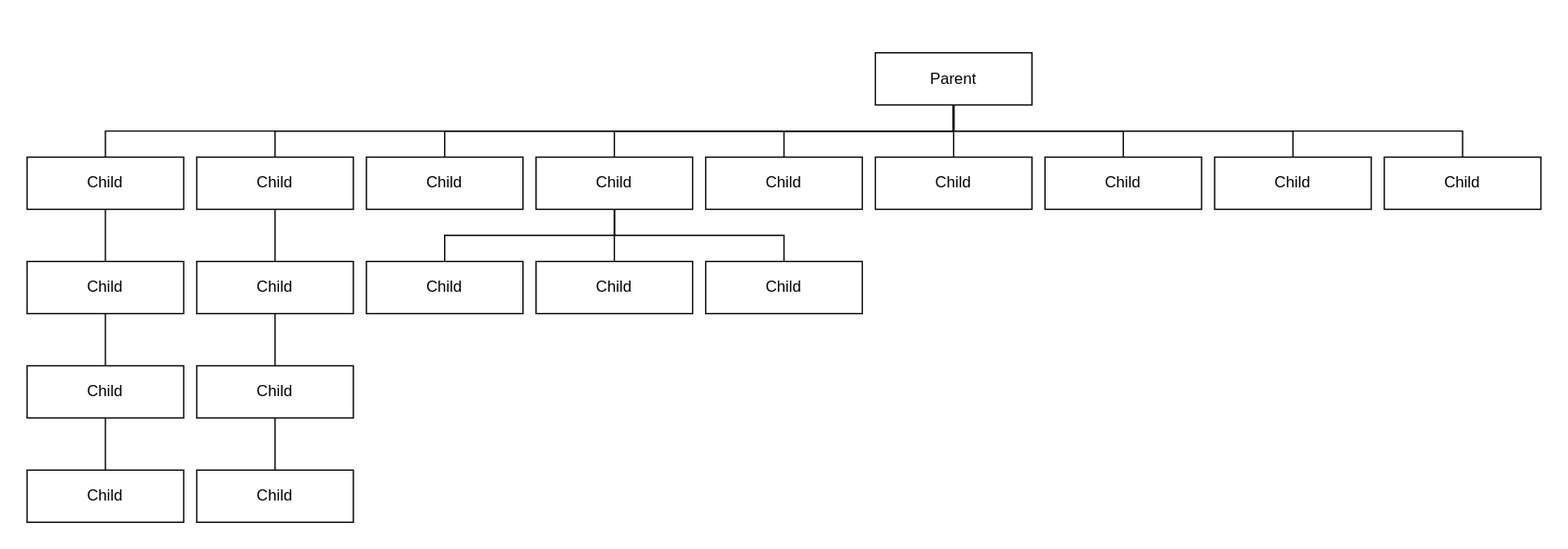
Above: src/new.svg in pegandoasmanhas/.init (draw.io), before the change. Source tidied: cells renumbered, new cells last; positions are measured from the earlier drawing's top-left corner, leaving out a move shared by most shapes.
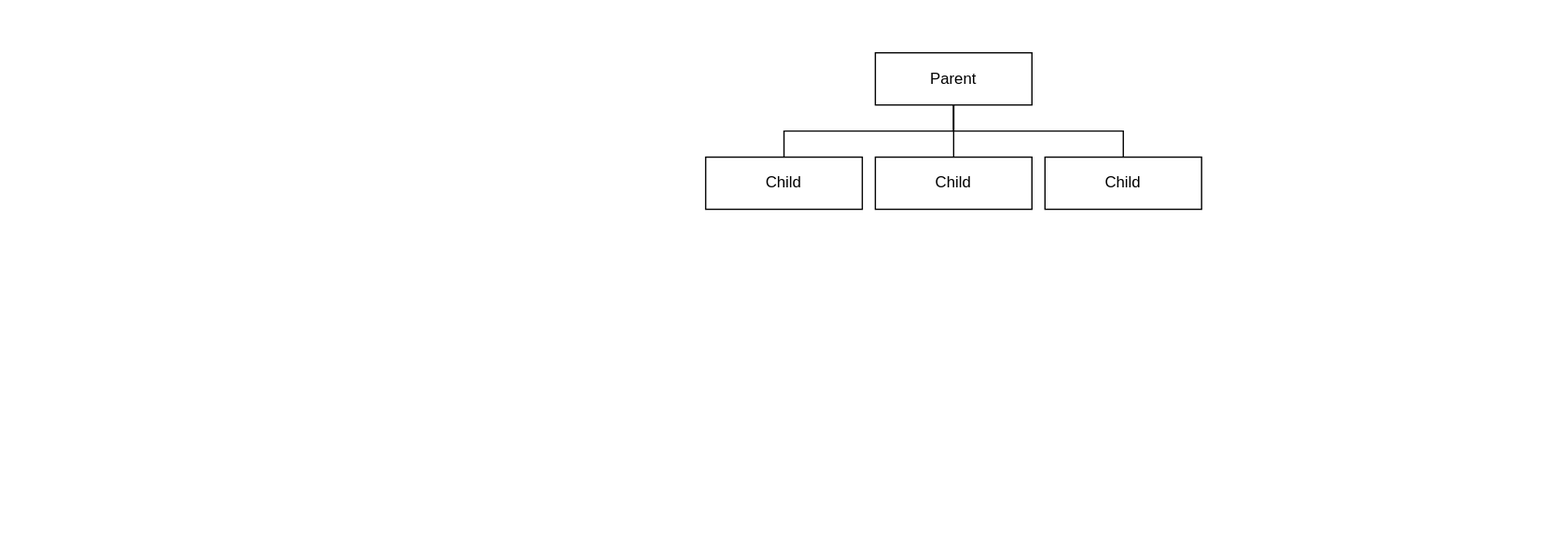
The same file after the commit.

The edit, as a diff of the source:
```diff
@@ -20,101 +20,11 @@
     <mxCell id="7" value="Child" style="whiteSpace=wrap;html=1;newEdgeStyle={&quot;edgeStyle&quot;:&quot;elbowEdgeStyle&quot;,&quot;startArrow&quot;:&quot;none&quot;,&quot;endArrow&quot;:&quot;none&quot;};" parent="2" vertex="1">
       <mxGeometry x="670" y="120" width="120" height="40" as="geometry" />
     </mxCell>
-    <mxCell id="8" style="edgeStyle=elbowEdgeStyle;elbow=vertical;startArrow=none;endArrow=none;rounded=0;" parent="2" edge="1" source="4" target="9">
-      <mxGeometry relative="1" as="geometry" />
-    </mxCell>
-    <mxCell id="9" value="Child" style="whiteSpace=wrap;html=1;newEdgeStyle={&quot;edgeStyle&quot;:&quot;elbowEdgeStyle&quot;,&quot;startArrow&quot;:&quot;none&quot;,&quot;endArrow&quot;:&quot;none&quot;};" parent="2" vertex="1">
-      <mxGeometry x="410" y="120" width="120" height="40" as="geometry" />
-    </mxCell>
     <mxCell id="10" style="edgeStyle=elbowEdgeStyle;elbow=vertical;startArrow=none;endArrow=none;rounded=0;" parent="2" edge="1" source="4" target="11">
       <mxGeometry relative="1" as="geometry" />
     </mxCell>
     <mxCell id="11" value="Child" style="whiteSpace=wrap;html=1;newEdgeStyle={&quot;edgeStyle&quot;:&quot;elbowEdgeStyle&quot;,&quot;startArrow&quot;:&quot;none&quot;,&quot;endArrow&quot;:&quot;none&quot;};" parent="2" vertex="1">
       <mxGeometry x="800" y="120" width="120" height="40" as="geometry" />
     </mxCell>
-    <mxCell id="12" style="edgeStyle=elbowEdgeStyle;elbow=vertical;startArrow=none;endArrow=none;rounded=0;" parent="2" edge="1" source="4" target="13">
-      <mxGeometry relative="1" as="geometry" />
-    </mxCell>
-    <mxCell id="13" value="Child" style="whiteSpace=wrap;html=1;newEdgeStyle={&quot;edgeStyle&quot;:&quot;elbowEdgeStyle&quot;,&quot;startArrow&quot;:&quot;none&quot;,&quot;endArrow&quot;:&quot;none&quot;};" parent="2" vertex="1">
-      <mxGeometry x="930" y="120" width="120" height="40" as="geometry" />
-    </mxCell>
-    <mxCell id="14" style="edgeStyle=elbowEdgeStyle;elbow=vertical;startArrow=none;endArrow=none;rounded=0;" parent="2" edge="1" source="4" target="15">
-      <mxGeometry relative="1" as="geometry" />
-    </mxCell>
-    <mxCell id="15" value="Child" style="whiteSpace=wrap;html=1;newEdgeStyle={&quot;edgeStyle&quot;:&quot;elbowEdgeStyle&quot;,&quot;startArrow&quot;:&quot;none&quot;,&quot;endArrow&quot;:&quot;none&quot;};" parent="2" vertex="1">
-      <mxGeometry x="1060" y="120" width="120" height="40" as="geometry" />
-    </mxCell>
-    <mxCell id="16" style="edgeStyle=elbowEdgeStyle;elbow=vertical;startArrow=none;endArrow=none;rounded=0;" parent="2" edge="1" source="4" target="17">
-      <mxGeometry relative="1" as="geometry" />
-    </mxCell>
-    <mxCell id="17" value="Child" style="whiteSpace=wrap;html=1;newEdgeStyle={&quot;edgeStyle&quot;:&quot;elbowEdgeStyle&quot;,&quot;startArrow&quot;:&quot;none&quot;,&quot;endArrow&quot;:&quot;none&quot;};" parent="2" vertex="1">
-      <mxGeometry x="280" y="120" width="120" height="40" as="geometry" />
-    </mxCell>
-    <mxCell id="18" style="edgeStyle=elbowEdgeStyle;elbow=vertical;startArrow=none;endArrow=none;rounded=0;" parent="2" edge="1" source="9" target="19">
-      <mxGeometry relative="1" as="geometry" />
-    </mxCell>
-    <mxCell id="19" value="Child" style="whiteSpace=wrap;html=1;newEdgeStyle={&quot;edgeStyle&quot;:&quot;elbowEdgeStyle&quot;,&quot;startArrow&quot;:&quot;none&quot;,&quot;endArrow&quot;:&quot;none&quot;};" parent="2" vertex="1">
-      <mxGeometry x="410" y="200" width="120" height="40" as="geometry" />
-    </mxCell>
-    <mxCell id="20" style="edgeStyle=elbowEdgeStyle;elbow=vertical;startArrow=none;endArrow=none;rounded=0;" parent="2" edge="1" source="9" target="21">
-      <mxGeometry relative="1" as="geometry" />
-    </mxCell>
-    <mxCell id="21" value="Child" style="whiteSpace=wrap;html=1;newEdgeStyle={&quot;edgeStyle&quot;:&quot;elbowEdgeStyle&quot;,&quot;startArrow&quot;:&quot;none&quot;,&quot;endArrow&quot;:&quot;none&quot;};" parent="2" vertex="1">
-      <mxGeometry x="540" y="200" width="120" height="40" as="geometry" />
-    </mxCell>
-    <mxCell id="22" style="edgeStyle=elbowEdgeStyle;elbow=vertical;startArrow=none;endArrow=none;rounded=0;" parent="2" edge="1" source="9" target="23">
-      <mxGeometry relative="1" as="geometry" />
-    </mxCell>
-    <mxCell id="23" value="Child" style="whiteSpace=wrap;html=1;newEdgeStyle={&quot;edgeStyle&quot;:&quot;elbowEdgeStyle&quot;,&quot;startArrow&quot;:&quot;none&quot;,&quot;endArrow&quot;:&quot;none&quot;};" parent="2" vertex="1">
-      <mxGeometry x="280" y="200" width="120" height="40" as="geometry" />
-    </mxCell>
-    <mxCell id="24" style="edgeStyle=elbowEdgeStyle;elbow=vertical;startArrow=none;endArrow=none;rounded=0;" parent="2" edge="1" source="4" target="25">
-      <mxGeometry relative="1" as="geometry" />
-    </mxCell>
-    <mxCell id="25" value="Child" style="whiteSpace=wrap;html=1;newEdgeStyle={&quot;edgeStyle&quot;:&quot;elbowEdgeStyle&quot;,&quot;startArrow&quot;:&quot;none&quot;,&quot;endArrow&quot;:&quot;none&quot;};" parent="2" vertex="1">
-      <mxGeometry x="150" y="120" width="120" height="40" as="geometry" />
-    </mxCell>
-    <mxCell id="26" style="edgeStyle=elbowEdgeStyle;elbow=vertical;startArrow=none;endArrow=none;rounded=0;" parent="2" edge="1" source="4" target="27">
-      <mxGeometry relative="1" as="geometry" />
-    </mxCell>
-    <mxCell id="27" value="Child" style="whiteSpace=wrap;html=1;newEdgeStyle={&quot;edgeStyle&quot;:&quot;elbowEdgeStyle&quot;,&quot;startArrow&quot;:&quot;none&quot;,&quot;endArrow&quot;:&quot;none&quot;};" parent="2" vertex="1">
-      <mxGeometry x="20" y="120" width="120" height="40" as="geometry" />
-    </mxCell>
-    <mxCell id="28" style="edgeStyle=elbowEdgeStyle;elbow=vertical;startArrow=none;endArrow=none;rounded=0;" parent="2" edge="1" source="27" target="29">
-      <mxGeometry relative="1" as="geometry" />
-    </mxCell>
-    <mxCell id="29" value="Child" style="whiteSpace=wrap;html=1;newEdgeStyle={&quot;edgeStyle&quot;:&quot;elbowEdgeStyle&quot;,&quot;startArrow&quot;:&quot;none&quot;,&quot;endArrow&quot;:&quot;none&quot;};" parent="2" vertex="1">
-      <mxGeometry x="20" y="200" width="120" height="40" as="geometry" />
-    </mxCell>
-    <mxCell id="30" style="edgeStyle=elbowEdgeStyle;elbow=vertical;startArrow=none;endArrow=none;rounded=0;" parent="2" edge="1" source="29" target="31">
-      <mxGeometry relative="1" as="geometry" />
-    </mxCell>
-    <mxCell id="31" value="Child" style="whiteSpace=wrap;html=1;newEdgeStyle={&quot;edgeStyle&quot;:&quot;elbowEdgeStyle&quot;,&quot;startArrow&quot;:&quot;none&quot;,&quot;endArrow&quot;:&quot;none&quot;};" parent="2" vertex="1">
-      <mxGeometry x="20" y="280" width="120" height="40" as="geometry" />
-    </mxCell>
-    <mxCell id="32" style="edgeStyle=elbowEdgeStyle;elbow=vertical;startArrow=none;endArrow=none;rounded=0;" parent="2" edge="1" source="31" target="33">
-      <mxGeometry relative="1" as="geometry" />
-    </mxCell>
-    <mxCell id="33" value="Child" style="whiteSpace=wrap;html=1;newEdgeStyle={&quot;edgeStyle&quot;:&quot;elbowEdgeStyle&quot;,&quot;startArrow&quot;:&quot;none&quot;,&quot;endArrow&quot;:&quot;none&quot;};" parent="2" vertex="1">
-      <mxGeometry x="20" y="360" width="120" height="40" as="geometry" />
-    </mxCell>
-    <mxCell id="34" style="edgeStyle=elbowEdgeStyle;elbow=vertical;startArrow=none;endArrow=none;rounded=0;" parent="2" edge="1" source="25" target="35">
-      <mxGeometry relative="1" as="geometry" />
-    </mxCell>
-    <mxCell id="35" value="Child" style="whiteSpace=wrap;html=1;newEdgeStyle={&quot;edgeStyle&quot;:&quot;elbowEdgeStyle&quot;,&quot;startArrow&quot;:&quot;none&quot;,&quot;endArrow&quot;:&quot;none&quot;};" parent="2" vertex="1">
-      <mxGeometry x="150" y="200" width="120" height="40" as="geometry" />
-    </mxCell>
-    <mxCell id="36" style="edgeStyle=elbowEdgeStyle;elbow=vertical;startArrow=none;endArrow=none;rounded=0;" parent="2" edge="1" source="35" target="37">
-      <mxGeometry relative="1" as="geometry" />
-    </mxCell>
-    <mxCell id="37" value="Child" style="whiteSpace=wrap;html=1;newEdgeStyle={&quot;edgeStyle&quot;:&quot;elbowEdgeStyle&quot;,&quot;startArrow&quot;:&quot;none&quot;,&quot;endArrow&quot;:&quot;none&quot;};" parent="2" vertex="1">
-      <mxGeometry x="150" y="280" width="120" height="40" as="geometry" />
-    </mxCell>
-    <mxCell id="38" style="edgeStyle=elbowEdgeStyle;elbow=vertical;startArrow=none;endArrow=none;rounded=0;" parent="2" edge="1" source="37" target="39">
-      <mxGeometry relative="1" as="geometry" />
-    </mxCell>
-    <mxCell id="39" value="Child" style="whiteSpace=wrap;html=1;newEdgeStyle={&quot;edgeStyle&quot;:&quot;elbowEdgeStyle&quot;,&quot;startArrow&quot;:&quot;none&quot;,&quot;endArrow&quot;:&quot;none&quot;};" parent="2" vertex="1">
-      <mxGeometry x="150" y="360" width="120" height="40" as="geometry" />
-    </mxCell>
   </root>
 </mxGraphModel>
```
